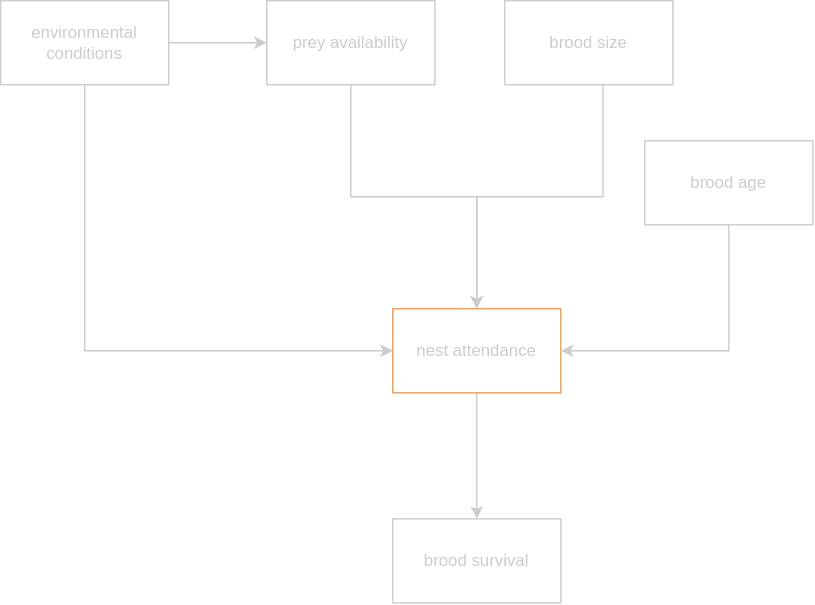
robert-sipho/pefa_nest-cam keeps this draw.io diagram as documents/dag.drawio.svg. Above is the earlier version. Source tidied: cells renumbered, new cells last; positions are measured from the earlier drawing's top-left corner, leaving out a move shared by most shapes.
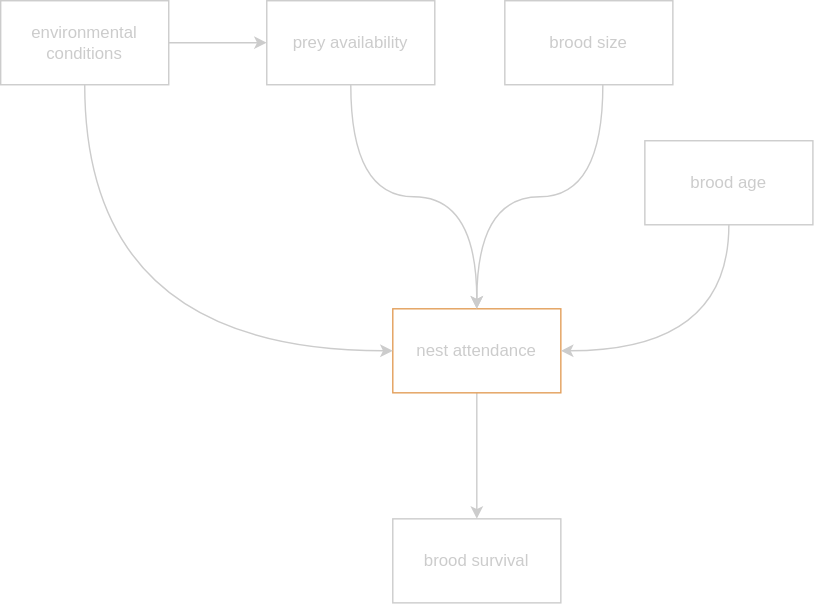
Above is the later version.

The edit, as a diff of the source:
```diff
@@ -11,13 +11,13 @@
     <mxCell id="4" value="brood survival" style="rounded=0;whiteSpace=wrap;html=1;fillColor=none;strokeColor=#CCCCCC;fontColor=#CCCCCC;" parent="1" vertex="1">
       <mxGeometry x="280" y="370" width="120" height="60" as="geometry" />
     </mxCell>
-    <mxCell id="5" style="edgeStyle=orthogonalEdgeStyle;rounded=0;jettySize=auto;html=1;entryX=0.5;entryY=0;entryDx=0;entryDy=0;strokeColor=#CCCCCC;" parent="1" edge="1" source="6" target="3">
+    <mxCell id="5" style="edgeStyle=orthogonalEdgeStyle;jettySize=auto;html=1;entryX=0.5;entryY=0;entryDx=0;entryDy=0;strokeColor=#CCCCCC;curved=1;" parent="1" edge="1" source="6" target="3">
       <mxGeometry relative="1" as="geometry" />
     </mxCell>
     <mxCell id="6" value="prey availability" style="rounded=0;whiteSpace=wrap;html=1;fillColor=none;strokeColor=#CCCCCC;fontColor=#CCCCCC;" parent="1" vertex="1">
       <mxGeometry x="190" width="120" height="60" as="geometry" />
     </mxCell>
-    <mxCell id="7" style="edgeStyle=orthogonalEdgeStyle;rounded=0;jettySize=auto;html=1;entryX=0.5;entryY=0;entryDx=0;entryDy=0;strokeColor=#CCCCCC;" parent="1" edge="1" source="8" target="3">
+    <mxCell id="7" style="edgeStyle=orthogonalEdgeStyle;jettySize=auto;html=1;entryX=0.5;entryY=0;entryDx=0;entryDy=0;strokeColor=#CCCCCC;curved=1;" parent="1" edge="1" source="8" target="3">
       <mxGeometry relative="1" as="geometry">
         <Array as="points">
           <mxPoint x="430" y="140" />
@@ -28,7 +28,7 @@
     <mxCell id="8" value="brood size" style="rounded=0;whiteSpace=wrap;html=1;fillColor=none;strokeColor=#CCCCCC;fontColor=#CCCCCC;" parent="1" vertex="1">
       <mxGeometry x="360" width="120" height="60" as="geometry" />
     </mxCell>
-    <mxCell id="9" style="edgeStyle=orthogonalEdgeStyle;rounded=0;jettySize=auto;html=1;entryX=1;entryY=0.5;entryDx=0;entryDy=0;strokeColor=#CCCCCC;" parent="1" edge="1" source="10" target="3">
+    <mxCell id="9" style="edgeStyle=orthogonalEdgeStyle;jettySize=auto;html=1;entryX=1;entryY=0.5;entryDx=0;entryDy=0;strokeColor=#CCCCCC;curved=1;" parent="1" edge="1" source="10" target="3">
       <mxGeometry relative="1" as="geometry">
         <Array as="points">
           <mxPoint x="520" y="250" />
@@ -38,7 +38,7 @@
     <mxCell id="10" value="brood age" style="rounded=0;whiteSpace=wrap;html=1;fillColor=none;strokeColor=#CCCCCC;fontColor=#CCCCCC;" parent="1" vertex="1">
       <mxGeometry x="460" y="100" width="120" height="60" as="geometry" />
     </mxCell>
-    <mxCell id="11" style="edgeStyle=orthogonalEdgeStyle;rounded=0;jettySize=auto;html=1;entryX=0;entryY=0.5;entryDx=0;entryDy=0;strokeColor=#CCCCCC;" parent="1" edge="1" source="13" target="3">
+    <mxCell id="11" style="edgeStyle=orthogonalEdgeStyle;jettySize=auto;html=1;entryX=0;entryY=0.5;entryDx=0;entryDy=0;strokeColor=#CCCCCC;curved=1;" parent="1" edge="1" source="13" target="3">
       <mxGeometry relative="1" as="geometry">
         <Array as="points">
           <mxPoint x="60" y="250" />
```
